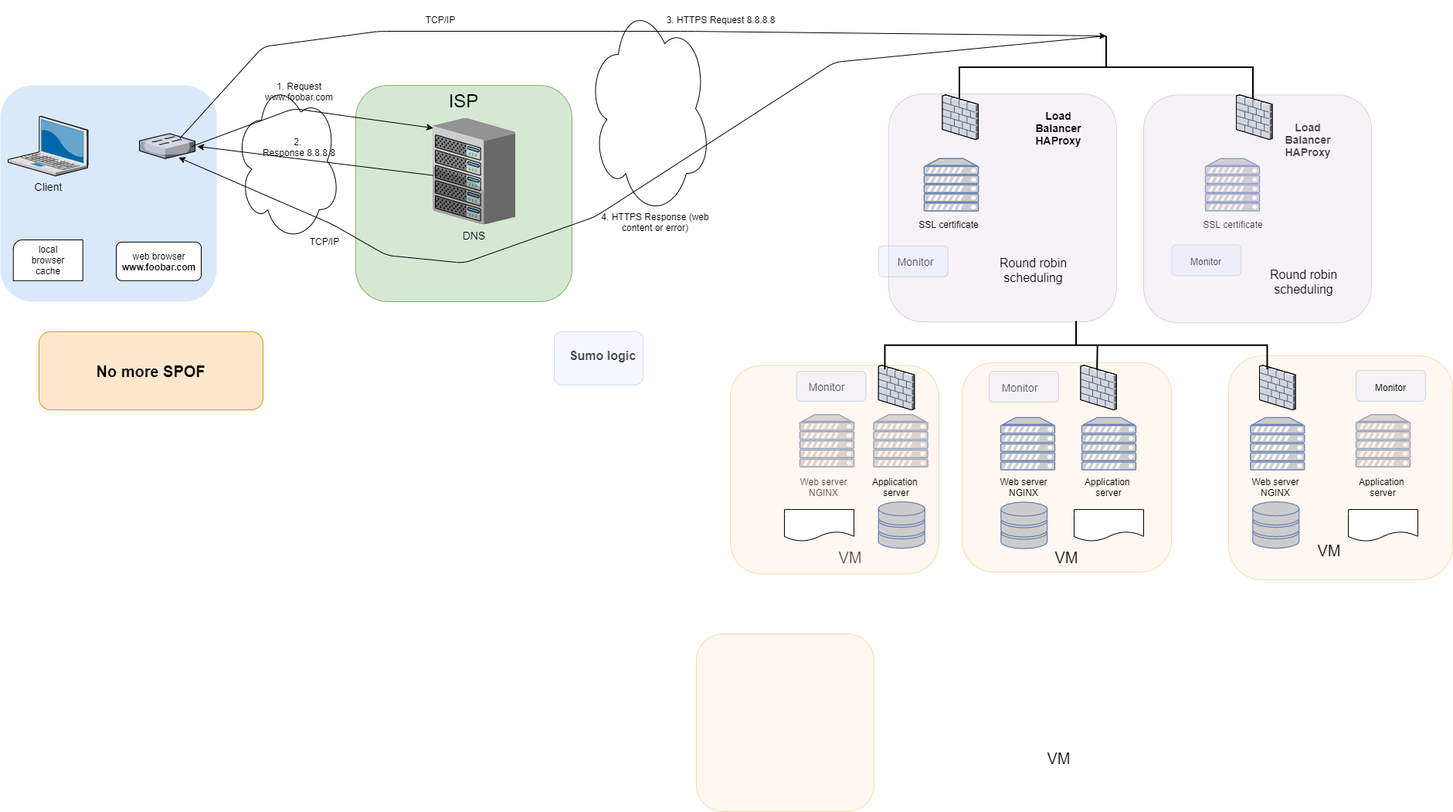
This is 0x09-web_infrastructure_design/images/3-scale_up.png from huy75/holberton-system_engineering-devops, a draw.io export, as it was before one commit. Source tidied: cells renumbered, new cells last; positions are measured from the earlier drawing's top-left corner, leaving out a move shared by most shapes.
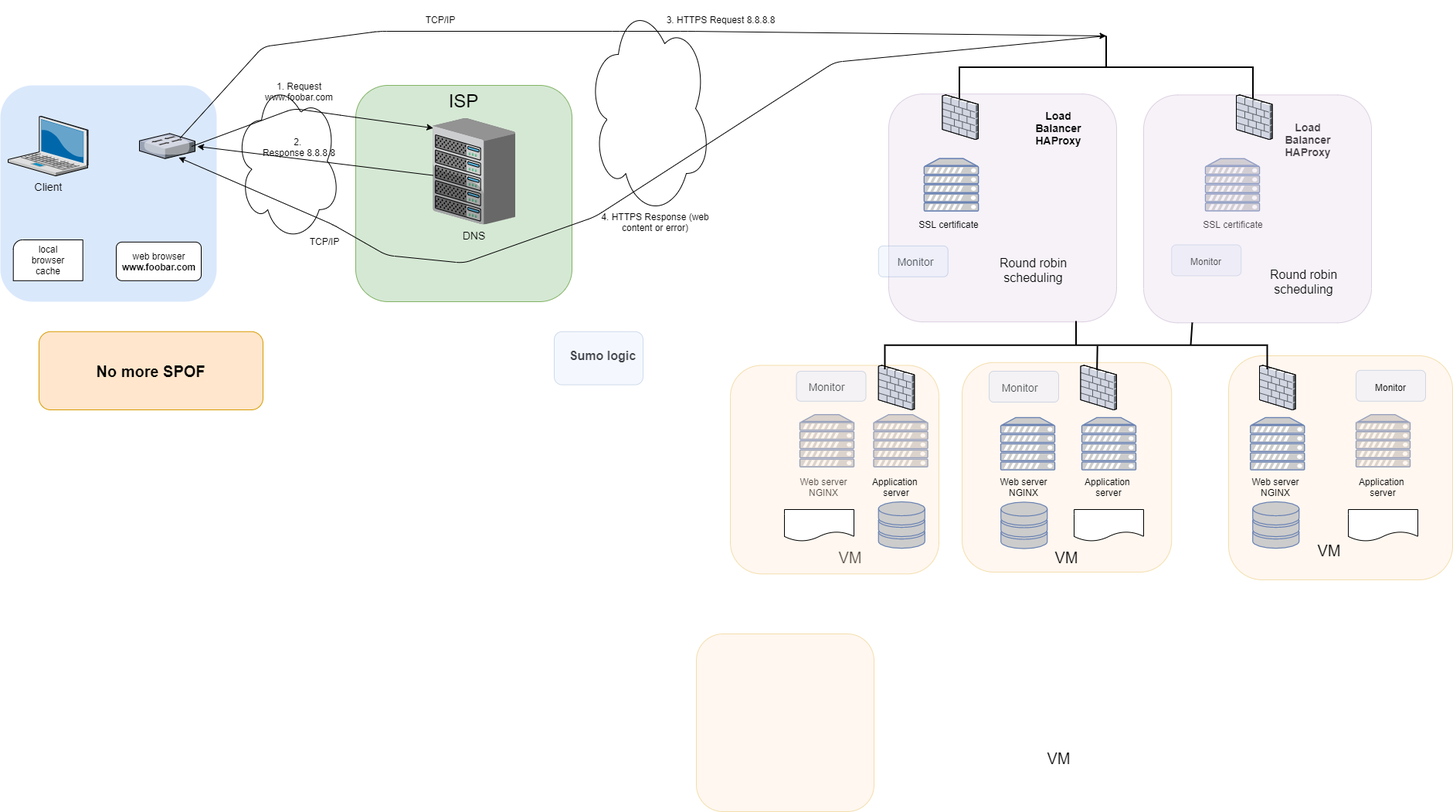
After the change.

What changed in the source:
```diff
@@ -261,5 +261,8 @@
     <mxCell id="80" style="endArrow=none;html=1;entryX=0.518;entryY=0.444;entryDx=0;entryDy=0;entryPerimeter=0;exitX=0.454;exitY=0.108;exitDx=0;exitDy=0;exitPerimeter=0;strokeWidth=2;" parent="1" edge="1" source="35" target="78">
       <mxGeometry relative="1" as="geometry" />
     </mxCell>
+    <mxCell id="81" style="endArrow=none;html=1;entryX=0.493;entryY=0.2;entryDx=0;entryDy=0;entryPerimeter=0;exitX=0.032;exitY=0.196;exitDx=0;exitDy=0;exitPerimeter=0;strokeWidth=2;" parent="1" edge="1" source="78" target="78">
+      <mxGeometry relative="1" as="geometry" />
+    </mxCell>
   </root>
 </mxGraphModel>
```
